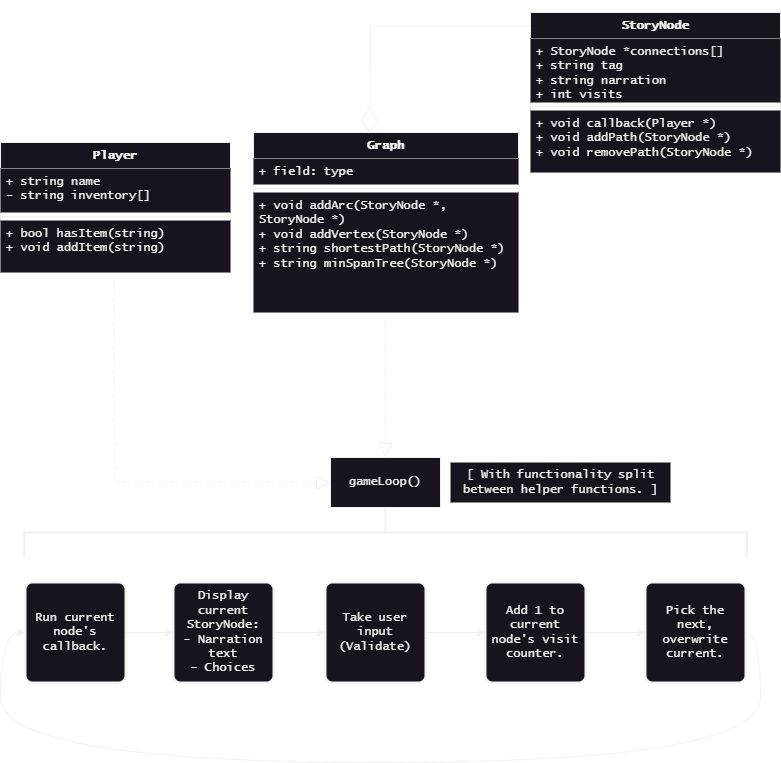
The draw.io diagram final_assignment/uml_design.png in crane-9/cs260, before a commit. Source tidied: cells renumbered, new cells last; positions are measured from the earlier drawing's top-left corner, leaving out a move shared by most shapes.
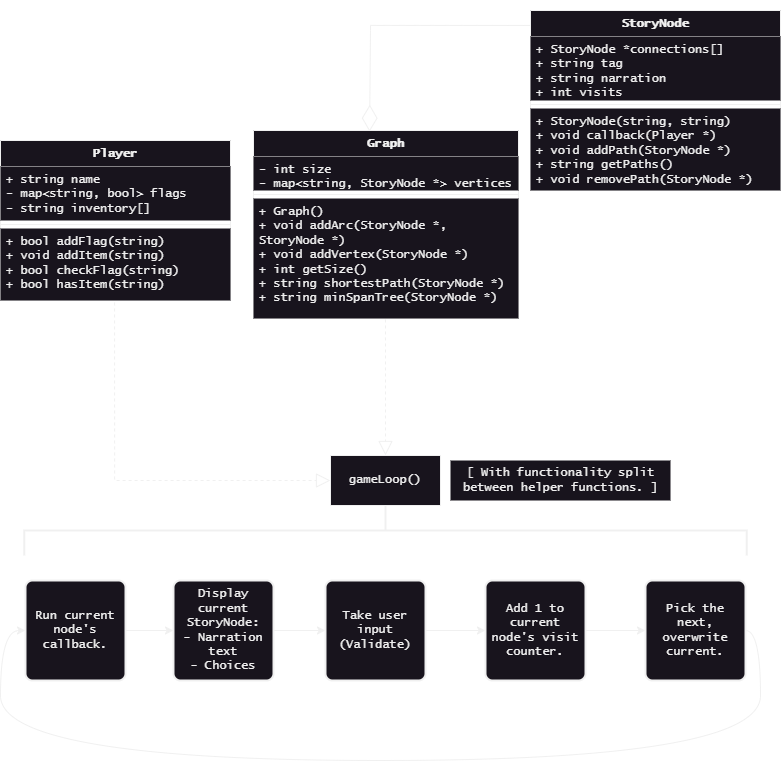
The same file after the commit.

Commit message:
design and test plans completed?

ahhahaha i think so. i like my uml diagram at the very least.

Diff of the diagram source:
```diff
@@ -3,31 +3,31 @@
     <mxCell id="0" />
     <mxCell id="1" parent="0" />
     <mxCell id="2" value="Player" style="swimlane;fontStyle=1;align=center;verticalAlign=top;horizontal=1;startSize=26;whiteSpace=wrap;html=1;fontFamily=Lucida Console;fillColor=default;" parent="1" vertex="1">
-      <mxGeometry y="130" width="230" height="130" as="geometry" />
+      <mxGeometry y="130" width="230" height="160" as="geometry" />
     </mxCell>
-    <mxCell id="3" value="+ string name&lt;br&gt;- string inventory[]" style="text;strokeColor=none;fillColor=default;align=left;verticalAlign=top;spacingLeft=4;spacingRight=4;overflow=hidden;whiteSpace=wrap;html=1;fontFamily=Lucida Console;" parent="2" vertex="1">
-      <mxGeometry y="26" width="230" height="44" as="geometry" />
+    <mxCell id="3" value="+ string name&lt;br&gt;- map&amp;lt;string, bool&amp;gt; flags&lt;br&gt;- string inventory[]" style="text;strokeColor=none;fillColor=default;align=left;verticalAlign=top;spacingLeft=4;spacingRight=4;overflow=hidden;whiteSpace=wrap;html=1;fontFamily=Lucida Console;" parent="2" vertex="1">
+      <mxGeometry y="26" width="230" height="54" as="geometry" />
     </mxCell>
     <mxCell id="4" style="line;strokeWidth=1;fillColor=default;align=left;verticalAlign=middle;spacingTop=-1;spacingLeft=3;spacingRight=3;labelPosition=right;strokeColor=inherit;fontFamily=Lucida Console;" parent="2" vertex="1">
-      <mxGeometry y="70" width="230" height="8" as="geometry" />
+      <mxGeometry y="80" width="230" height="8" as="geometry" />
     </mxCell>
-    <mxCell id="5" value="+ bool hasItem(string)&lt;br&gt;+ void addItem(string)" style="text;strokeColor=none;fillColor=default;align=left;verticalAlign=top;spacingLeft=4;spacingRight=4;overflow=hidden;points=[[0,0.5],[1,0.5]];portConstraint=eastwest;whiteSpace=wrap;html=1;fontFamily=Lucida Console;" parent="2" vertex="1">
-      <mxGeometry y="78" width="230" height="52" as="geometry" />
+    <mxCell id="5" value="+ bool addFlag(string)&lt;br&gt;+ void addItem(string)&lt;br&gt;+ bool checkFlag(string)&lt;br&gt;+ bool hasItem(string)&lt;br&gt;" style="text;strokeColor=none;fillColor=default;align=left;verticalAlign=top;spacingLeft=4;spacingRight=4;overflow=hidden;points=[[0,0.5],[1,0.5]];portConstraint=eastwest;whiteSpace=wrap;html=1;fontFamily=Lucida Console;" parent="2" vertex="1">
+      <mxGeometry y="88" width="230" height="72" as="geometry" />
     </mxCell>
     <mxCell id="6" value="Graph" style="swimlane;fontStyle=1;align=center;verticalAlign=top;horizontal=1;startSize=26;whiteSpace=wrap;html=1;fontFamily=Lucida Console;fillColor=default;strokeWidth=1;" parent="1" vertex="1">
-      <mxGeometry x="253" y="120" width="265" height="180" as="geometry" />
+      <mxGeometry x="253" y="120" width="265" height="188" as="geometry" />
     </mxCell>
-    <mxCell id="7" value="+ field: type" style="text;strokeColor=none;fillColor=default;align=left;verticalAlign=top;spacingLeft=4;spacingRight=4;overflow=hidden;whiteSpace=wrap;html=1;fontFamily=Lucida Console;strokeWidth=1;" parent="6" vertex="1">
-      <mxGeometry y="26" width="265" height="26" as="geometry" />
+    <mxCell id="7" value="- int size&lt;br&gt;- map&amp;lt;string, StoryNode *&amp;gt; vertices" style="text;strokeColor=none;fillColor=default;align=left;verticalAlign=top;spacingLeft=4;spacingRight=4;overflow=hidden;whiteSpace=wrap;html=1;fontFamily=Lucida Console;strokeWidth=1;" parent="6" vertex="1">
+      <mxGeometry y="26" width="265" height="34" as="geometry" />
     </mxCell>
     <mxCell id="8" style="line;strokeWidth=1;fillColor=default;align=left;verticalAlign=middle;spacingTop=-1;spacingLeft=3;spacingRight=3;labelPosition=right;strokeColor=inherit;fontFamily=Lucida Console;" parent="6" vertex="1">
-      <mxGeometry y="52" width="265" height="8" as="geometry" />
+      <mxGeometry y="60" width="265" height="8" as="geometry" />
     </mxCell>
-    <mxCell id="9" value="+ void addArc(StoryNode *, StoryNode *)&lt;br&gt;+ void addVertex(StoryNode *)&lt;br&gt;+ string shortestPath(StoryNode *)&lt;br&gt;+ string minSpanTree(StoryNode *)" style="text;strokeColor=none;fillColor=default;align=left;verticalAlign=top;spacingLeft=4;spacingRight=4;overflow=hidden;points=[[0,0.5],[1,0.5]];portConstraint=eastwest;whiteSpace=wrap;html=1;fontFamily=Lucida Console;strokeWidth=1;" parent="6" vertex="1">
-      <mxGeometry y="60" width="265" height="120" as="geometry" />
+    <mxCell id="9" value="+ Graph()&lt;br&gt;+ void addArc(StoryNode *, StoryNode *)&lt;br&gt;+ void addVertex(StoryNode *)&lt;br&gt;+ int getSize()&lt;br&gt;+ string shortestPath(StoryNode *)&lt;br&gt;+ string minSpanTree(StoryNode *)" style="text;strokeColor=none;fillColor=default;align=left;verticalAlign=top;spacingLeft=4;spacingRight=4;overflow=hidden;points=[[0,0.5],[1,0.5]];portConstraint=eastwest;whiteSpace=wrap;html=1;fontFamily=Lucida Console;strokeWidth=1;" parent="6" vertex="1">
+      <mxGeometry y="68" width="265" height="120" as="geometry" />
     </mxCell>
     <mxCell id="10" value="StoryNode" style="swimlane;fontStyle=1;align=center;verticalAlign=top;horizontal=1;startSize=26;whiteSpace=wrap;html=1;fontFamily=Lucida Console;fillColor=default;" parent="1" vertex="1">
-      <mxGeometry x="530" width="250" height="160" as="geometry" />
+      <mxGeometry x="530" width="250" height="180" as="geometry" />
     </mxCell>
     <mxCell id="11" value="+ StoryNode *connections[]&lt;br&gt;+ string tag&lt;br&gt;+ string narration&lt;br&gt;+ int visits" style="text;strokeColor=none;fillColor=default;align=left;verticalAlign=top;spacingLeft=4;spacingRight=4;overflow=hidden;whiteSpace=wrap;html=1;fontFamily=Lucida Console;" parent="10" vertex="1">
       <mxGeometry y="26" width="250" height="64" as="geometry" />
@@ -35,8 +35,8 @@
     <mxCell id="12" style="line;strokeWidth=1;fillColor=default;align=left;verticalAlign=middle;spacingTop=-1;spacingLeft=3;spacingRight=3;labelPosition=right;strokeColor=inherit;fontFamily=Lucida Console;" parent="10" vertex="1">
       <mxGeometry y="90" width="250" height="8" as="geometry" />
     </mxCell>
-    <mxCell id="13" value="+ void callback(Player *)&lt;br&gt;+ void addPath(StoryNode *)&lt;br&gt;+ void removePath(StoryNode *)" style="text;strokeColor=none;fillColor=default;align=left;verticalAlign=top;spacingLeft=4;spacingRight=4;overflow=hidden;whiteSpace=wrap;html=1;fontFamily=Lucida Console;" parent="10" vertex="1">
-      <mxGeometry y="98" width="250" height="62" as="geometry" />
+    <mxCell id="13" value="+ StoryNode(string, string)&lt;br&gt;+ void callback(Player *)&lt;br&gt;+ void addPath(StoryNode *)&lt;br&gt;+ string getPaths()&lt;br&gt;+ void removePath(StoryNode *)" style="text;strokeColor=none;fillColor=default;align=left;verticalAlign=top;spacingLeft=4;spacingRight=4;overflow=hidden;whiteSpace=wrap;html=1;fontFamily=Lucida Console;" parent="10" vertex="1">
+      <mxGeometry y="98" width="250" height="82" as="geometry" />
     </mxCell>
     <mxCell id="14" value="gameLoop()" style="html=1;whiteSpace=wrap;fontFamily=Lucida Console;" parent="1" vertex="1">
       <mxGeometry x="330" y="445" width="110" height="50" as="geometry" />
```
